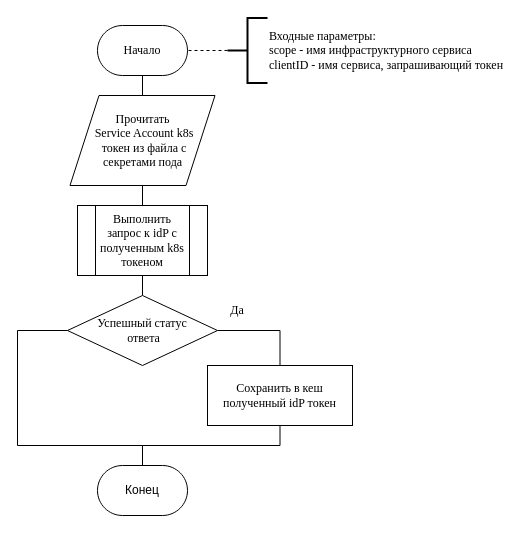
Earlier version of the draw.io diagram page "iss_client_token" (1 of 3) of docs/prez/alg_schemes.drawio (perpetua1g0d/bmstu-diploma). Source tidied: cells renumbered, new cells numbered last; positions are measured from the earlier drawing's top-left corner, leaving out a move shared by most shapes. Both pictures are drawn from the tidied source at 100%, with x=0, y=0 at pixel (17, 17).
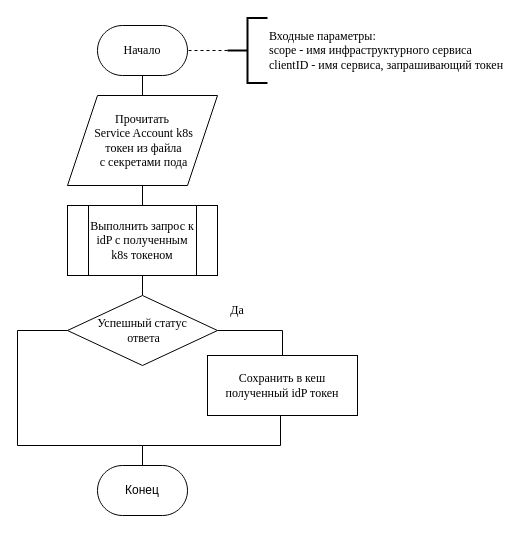
After the change.

Unchanged cells that the change refers to:
```xml
<mxCell id="13" value="Конец" style="html=1;dashed=0;whiteSpace=wrap;shape=mxgraph.dfd.start;" parent="1" vertex="1">
  <mxGeometry x="80" y="448" width="90" height="50" as="geometry" />
</mxCell>
```

Change to the diagram source:
```diff
@@
-    <mxCell id="5" value="&lt;font face=&quot;Times New Roman&quot;&gt;Прочитать&lt;/font&gt;&lt;div&gt;&lt;font face=&quot;Times New Roman&quot;&gt;&amp;nbsp;Service Account k8s&lt;/font&gt;&lt;/div&gt;&lt;div&gt;&lt;font face=&quot;Times New Roman&quot;&gt;&amp;nbsp;токен из файла с секретами пода&lt;/font&gt;&lt;/div&gt;" style="shape=parallelogram;perimeter=parallelogramPerimeter;whiteSpace=wrap;html=1;dashed=0;" parent="1" vertex="1">
-      <mxGeometry x="52.5" y="78" width="145" height="90" as="geometry" />
+    <mxCell id="5" value="&lt;font face=&quot;Times New Roman&quot;&gt;Прочитать&lt;/font&gt;&lt;div&gt;&lt;font face=&quot;Times New Roman&quot;&gt;&amp;nbsp;Service Account k8s&lt;/font&gt;&lt;/div&gt;&lt;div&gt;&lt;font face=&quot;Times New Roman&quot;&gt;&amp;nbsp;токен из файла&lt;/font&gt;&lt;/div&gt;&lt;div&gt;&lt;font face=&quot;Times New Roman&quot;&gt;&amp;nbsp;с секретами пода&lt;/font&gt;&lt;/div&gt;" style="shape=parallelogram;perimeter=parallelogramPerimeter;whiteSpace=wrap;html=1;dashed=0;" parent="1" vertex="1">
+      <mxGeometry x="50" y="78" width="150" height="90" as="geometry" />
     </mxCell>
@@
     <mxCell id="7" value="&lt;font face=&quot;Times New Roman&quot;&gt;Сохранить в кеш полученный idP токен&lt;/font&gt;" style="html=1;dashed=0;whiteSpace=wrap;" parent="1" vertex="1">
-      <mxGeometry x="190" y="348" width="145" height="60" as="geometry" />
+      <mxGeometry x="190" y="338" width="150" height="60" as="geometry" />
     </mxCell>
@@
     <mxCell id="11" value="&lt;font face=&quot;Times New Roman&quot;&gt;Выполнить запрос к idP с полученным k8s токеном&lt;/font&gt;" style="verticalLabelPosition=middle;verticalAlign=middle;html=1;shape=process;whiteSpace=wrap;rounded=0;size=0.14;arcSize=6;labelPosition=center;align=center;" parent="1" vertex="1">
-      <mxGeometry x="60" y="188" width="130" height="70" as="geometry" />
+      <mxGeometry x="50" y="188" width="150" height="70" as="geometry" />
     </mxCell>
@@
     <mxCell id="15" style="edgeStyle=orthogonalEdgeStyle;rounded=0;jettySize=auto;html=1;exitX=0.5;exitY=1;exitDx=0;exitDy=0;entryX=0.5;entryY=0.5;entryDx=0;entryDy=-25;entryPerimeter=0;endArrow=none;startFill=0;" parent="1" edge="1" source="7" target="13">
-      <mxGeometry relative="1" as="geometry" />
+      <mxGeometry relative="1" as="geometry">
+        <Array as="points">
+          <mxPoint x="263" y="428" />
+          <mxPoint x="125" y="428" />
+        </Array>
+      </mxGeometry>
     </mxCell>
```
